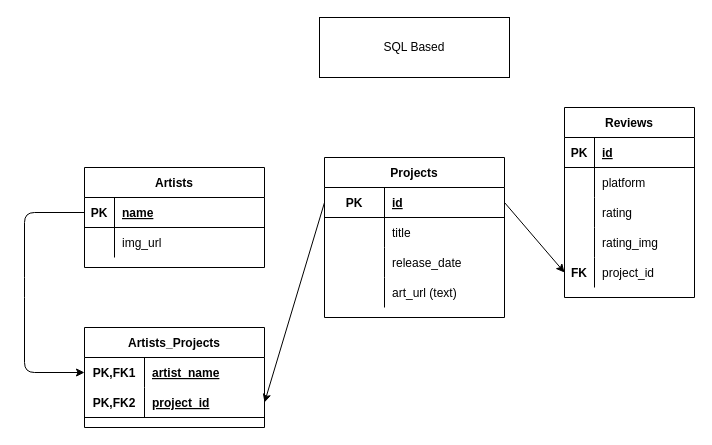
Earlier version of the draw.io diagram docs/db-schema.drawio (devonknudsen/SpotRate). Source tidied: cells renumbered, new cells numbered last; positions are measured from the earlier drawing's top-left corner, leaving out a move shared by most shapes. Both pictures are drawn from the tidied source at 100%, with x=0, y=0 at pixel (24, 17).
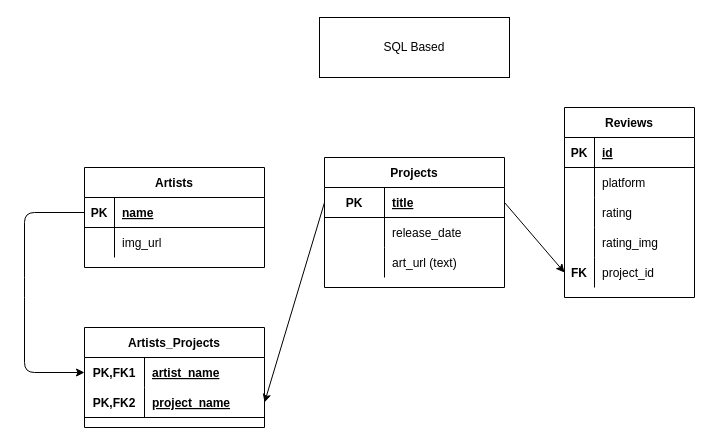
After the change.

The change refers to these unchanged cells:
```xml
<mxCell id="4" style="shape=partialRectangle;fillColor=none;top=0;left=0;bottom=1;right=0;points=[[0,0.5],[1,0.5]];portConstraint=eastwest;" parent="3" vertex="1">
  <mxGeometry y="30" width="180" height="30" as="geometry" />
</mxCell>
<mxCell id="44" style="shape=partialRectangle;fillColor=none;top=0;left=0;bottom=1;right=0;points=[[0,0.5],[1,0.5]];portConstraint=eastwest;" parent="40" vertex="1">
  <mxGeometry y="60" width="180" height="30" as="geometry" />
</mxCell>
```

Change to the diagram source:
```diff
@@
     <mxCell id="3" value="Projects" style="shape=table;startSize=30;childLayout=tableLayout;rowLines=0;fontStyle=1;align=center;" parent="1" vertex="1">
-      <mxGeometry x="300" y="140" width="180" height="160" as="geometry" />
+      <mxGeometry x="300" y="140" width="180" height="130" as="geometry" />
     </mxCell>
@@
-    <mxCell id="6" value="id" style="shape=partialRectangle;fillColor=none;top=0;left=0;bottom=0;right=0;align=left;spacingLeft=6;fontStyle=5;overflow=hidden;" parent="4" vertex="1">
+    <mxCell id="6" value="title" style="shape=partialRectangle;fillColor=none;top=0;left=0;bottom=0;right=0;align=left;spacingLeft=6;fontStyle=5;overflow=hidden;" parent="4" vertex="1">
       <mxGeometry x="60" width="120" height="30" as="geometry" />
     </mxCell>
-    <mxCell id="7" style="shape=partialRectangle;fillColor=none;top=0;left=0;bottom=0;right=0;" parent="3" vertex="1">
-      <mxGeometry y="60" width="180" height="30" as="geometry" />
-    </mxCell>
-    <mxCell id="8" style="shape=partialRectangle;fillColor=none;top=0;left=0;bottom=0;right=0;overflow=hidden;" parent="7" vertex="1">
-      <mxGeometry width="60" height="30" as="geometry" />
-    </mxCell>
-    <mxCell id="9" value="title" style="shape=partialRectangle;fillColor=none;top=0;left=0;bottom=0;right=0;align=left;spacingLeft=6;overflow=hidden;" parent="7" vertex="1">
-      <mxGeometry x="60" width="120" height="30" as="geometry" />
-    </mxCell>
     <mxCell id="10" style="shape=partialRectangle;fillColor=none;top=0;left=0;bottom=0;right=0;" parent="3" vertex="1">
-      <mxGeometry y="90" width="180" height="30" as="geometry" />
+      <mxGeometry y="60" width="180" height="30" as="geometry" />
     </mxCell>
@@
     <mxCell id="13" style="shape=partialRectangle;fillColor=none;top=0;left=0;bottom=0;right=0;" parent="3" vertex="1">
-      <mxGeometry y="120" width="180" height="30" as="geometry" />
+      <mxGeometry y="90" width="180" height="30" as="geometry" />
     </mxCell>
@@
-    <mxCell id="46" value="project_id" style="shape=partialRectangle;fillColor=none;top=0;left=0;bottom=0;right=0;align=left;spacingLeft=6;fontStyle=5;overflow=hidden;" parent="44" vertex="1">
+    <mxCell id="46" value="project_name" style="shape=partialRectangle;fillColor=none;top=0;left=0;bottom=0;right=0;align=left;spacingLeft=6;fontStyle=5;overflow=hidden;" parent="44" vertex="1">
       <mxGeometry x="60" width="120" height="30" as="geometry" />
     </mxCell>
```
